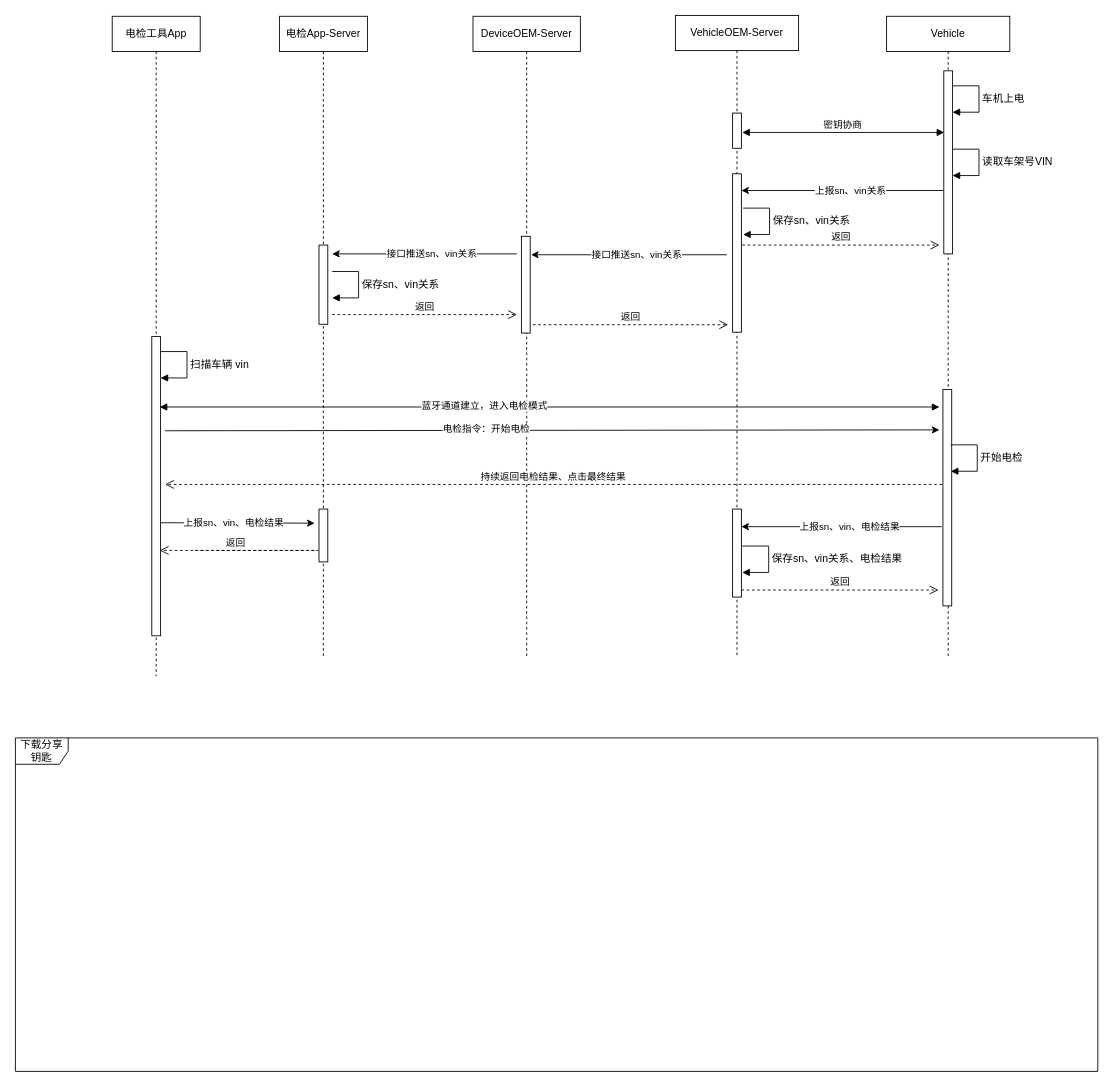
Before: 电检流程.drawio in jianguocong/chart, a draw.io diagram. Source tidied: cells renumbered, new cells numbered last; positions are measured from the earlier drawing's top-left corner, leaving out a move shared by most shapes. Both pictures are drawn from the tidied source at 88%, with x=0, y=0 at pixel (15, 15).
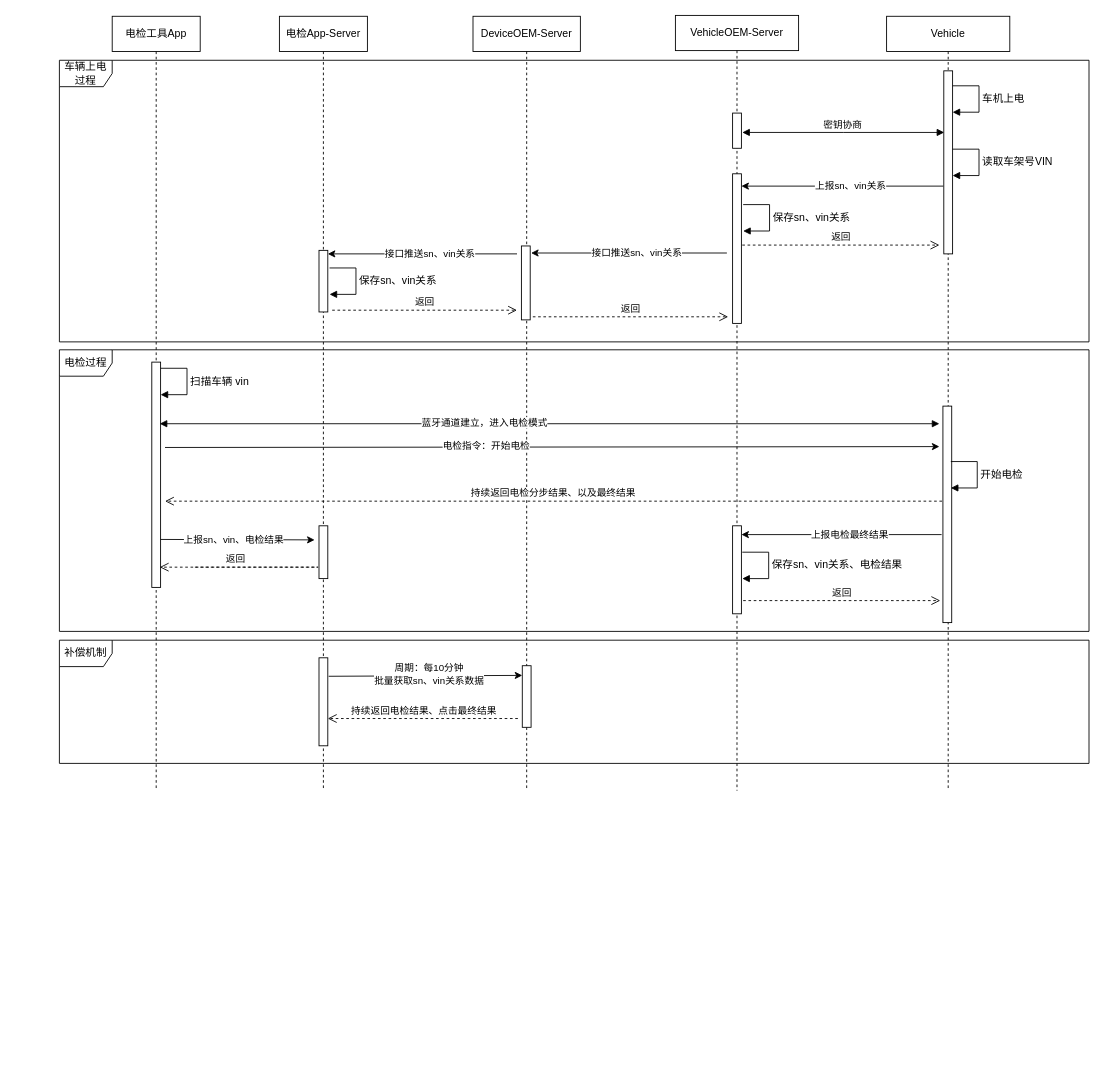
The same diagram, later.

Commit message (it also covers changes not shown here):
更新电检流程.drawio

What changed in the source:
```diff
@@
     <mxCell id="2" value="Vehicle" style="shape=umlLifeline;perimeter=lifelinePerimeter;whiteSpace=wrap;html=1;newEdgeStyle={&quot;edgeStyle&quot;:&quot;elbowEdgeStyle&quot;,&quot;elbow&quot;:&quot;vertical&quot;,&quot;curved&quot;:0,&quot;rounded&quot;:0};" parent="1" vertex="1">
-      <mxGeometry x="990" y="1" width="140" height="730" as="geometry" />
+      <mxGeometry x="990" y="1" width="140" height="880" as="geometry" />
     </mxCell>
     <mxCell id="3" style="html=1;perimeter=orthogonalPerimeter;targetShapes=umlLifeline;newEdgeStyle={&quot;edgeStyle&quot;:&quot;elbowEdgeStyle&quot;,&quot;elbow&quot;:&quot;vertical&quot;,&quot;curved&quot;:0,&quot;rounded&quot;:0};" parent="2" vertex="1">
-      <mxGeometry x="64" y="424" width="10" height="246" as="geometry" />
+      <mxGeometry x="64" y="443" width="10" height="246" as="geometry" />
     </mxCell>
     <mxCell id="4" value="电检工具App" style="shape=umlLifeline;perimeter=lifelinePerimeter;whiteSpace=wrap;html=1;newEdgeStyle={&quot;edgeStyle&quot;:&quot;elbowEdgeStyle&quot;,&quot;elbow&quot;:&quot;vertical&quot;,&quot;curved&quot;:0,&quot;rounded&quot;:0};" parent="1" vertex="1">
-      <mxGeometry x="110" y="1" width="100" height="750" as="geometry" />
+      <mxGeometry x="110" y="1" width="100" height="880" as="geometry" />
     </mxCell>
     <mxCell id="5" style="html=1;perimeter=orthogonalPerimeter;targetShapes=umlLifeline;newEdgeStyle={&quot;edgeStyle&quot;:&quot;elbowEdgeStyle&quot;,&quot;elbow&quot;:&quot;vertical&quot;,&quot;curved&quot;:0,&quot;rounded&quot;:0};" parent="4" vertex="1">
-      <mxGeometry x="45" y="364" width="10" height="340" as="geometry" />
+      <mxGeometry x="45" y="393" width="10" height="256" as="geometry" />
     </mxCell>
     <mxCell id="6" value="电检App-Server" style="shape=umlLifeline;perimeter=lifelinePerimeter;whiteSpace=wrap;html=1;newEdgeStyle={&quot;edgeStyle&quot;:&quot;elbowEdgeStyle&quot;,&quot;elbow&quot;:&quot;vertical&quot;,&quot;curved&quot;:0,&quot;rounded&quot;:0};" parent="1" vertex="1">
-      <mxGeometry x="300" y="1" width="100" height="730" as="geometry" />
+      <mxGeometry x="300" y="1" width="100" height="880" as="geometry" />
     </mxCell>
     <mxCell id="7" style="html=1;points=[];perimeter=orthogonalPerimeter;outlineConnect=0;targetShapes=umlLifeline;portConstraint=eastwest;newEdgeStyle={&quot;edgeStyle&quot;:&quot;elbowEdgeStyle&quot;,&quot;elbow&quot;:&quot;vertical&quot;,&quot;curved&quot;:0,&quot;rounded&quot;:0};" parent="6" vertex="1">
-      <mxGeometry x="45" y="260" width="10" height="90" as="geometry" />
+      <mxGeometry x="45" y="266" width="10" height="70" as="geometry" />
     </mxCell>
     <mxCell id="8" style="html=1;perimeter=orthogonalPerimeter;targetShapes=umlLifeline;newEdgeStyle={&quot;edgeStyle&quot;:&quot;elbowEdgeStyle&quot;,&quot;elbow&quot;:&quot;vertical&quot;,&quot;curved&quot;:0,&quot;rounded&quot;:0};" parent="6" vertex="1">
-      <mxGeometry x="45" y="560" width="10" height="60" as="geometry" />
+      <mxGeometry x="45" y="579" width="10" height="60" as="geometry" />
     </mxCell>
@@
     <mxCell id="10" value="返回" style="html=1;verticalAlign=bottom;endArrow=open;dashed=1;endSize=8;edgeStyle=elbowEdgeStyle;elbow=vertical;curved=0;rounded=0;" parent="1" edge="1">
       <mxGeometry relative="1" as="geometry">
-        <mxPoint x="360" y="340" as="sourcePoint" />
-        <mxPoint x="570" y="340" as="targetPoint" />
+        <mxPoint x="360" y="335" as="sourcePoint" />
+        <mxPoint x="570" y="335" as="targetPoint" />
         <Array as="points">
-          <mxPoint x="450" y="340" />
+          <mxPoint x="450" y="335" />
         </Array>
       </mxGeometry>
     </mxCell>
     <mxCell id="11" value="DeviceOEM-Server" style="shape=umlLifeline;perimeter=lifelinePerimeter;whiteSpace=wrap;html=1;newEdgeStyle={&quot;edgeStyle&quot;:&quot;elbowEdgeStyle&quot;,&quot;elbow&quot;:&quot;vertical&quot;,&quot;curved&quot;:0,&quot;rounded&quot;:0};" parent="1" vertex="1">
-      <mxGeometry x="520" y="1" width="122" height="730" as="geometry" />
+      <mxGeometry x="520" y="1" width="122" height="880" as="geometry" />
     </mxCell>
@@
     <mxCell id="13" style="html=1;perimeter=orthogonalPerimeter;targetShapes=umlLifeline;newEdgeStyle={&quot;edgeStyle&quot;:&quot;elbowEdgeStyle&quot;,&quot;elbow&quot;:&quot;vertical&quot;,&quot;curved&quot;:0,&quot;rounded&quot;:0};" parent="11" vertex="1">
-      <mxGeometry x="55" y="250" width="10" height="110" as="geometry" />
+      <mxGeometry x="55" y="261" width="10" height="84" as="geometry" />
     </mxCell>
     <mxCell id="14" value="VehicleOEM-Server" style="shape=umlLifeline;perimeter=lifelinePerimeter;whiteSpace=wrap;html=1;newEdgeStyle={&quot;edgeStyle&quot;:&quot;elbowEdgeStyle&quot;,&quot;elbow&quot;:&quot;vertical&quot;,&quot;curved&quot;:0,&quot;rounded&quot;:0};" parent="1" vertex="1">
-      <mxGeometry x="750" width="140" height="730" as="geometry" />
+      <mxGeometry x="750" width="140" height="881" as="geometry" />
     </mxCell>
@@
     <mxCell id="16" style="html=1;perimeter=orthogonalPerimeter;targetShapes=umlLifeline;newEdgeStyle={&quot;edgeStyle&quot;:&quot;elbowEdgeStyle&quot;,&quot;elbow&quot;:&quot;vertical&quot;,&quot;curved&quot;:0,&quot;rounded&quot;:0};" parent="14" vertex="1">
-      <mxGeometry x="65" y="180" width="10" height="180" as="geometry" />
+      <mxGeometry x="65" y="180" width="10" height="170" as="geometry" />
     </mxCell>
     <mxCell id="17" value="保存sn、vin关系" style="html=1;align=left;spacingLeft=2;endArrow=block;rounded=0;edgeStyle=orthogonalEdgeStyle;curved=0;rounded=0;fontFamily=Helvetica;fontSize=12;fontColor=default;" parent="1" edge="1">
       <mxGeometry relative="1" as="geometry">
-        <mxPoint x="360" y="291" as="sourcePoint" />
-        <mxPoint x="360" y="321" as="targetPoint" />
+        <mxPoint x="357" y="287" as="sourcePoint" />
+        <mxPoint x="357" y="317" as="targetPoint" />
         <Array as="points">
-          <mxPoint x="390" y="291" />
-          <mxPoint x="390" y="321" />
+          <mxPoint x="387" y="287" />
+          <mxPoint x="387" y="317" />
         </Array>
       </mxGeometry>
     </mxCell>
     <mxCell id="18" style="endArrow=classic;html=1;rounded=0;" parent="1" edge="1">
       <mxGeometry relative="1" as="geometry">
-        <mxPoint x="808.5" y="272" as="sourcePoint" />
-        <mxPoint x="586" y="272" as="targetPoint" />
+        <mxPoint x="808.5" y="270" as="sourcePoint" />
+        <mxPoint x="586" y="270" as="targetPoint" />
       </mxGeometry>
     </mxCell>
@@
     <mxCell id="20" value="扫描车辆 vin" style="html=1;align=left;spacingLeft=2;endArrow=block;rounded=0;edgeStyle=orthogonalEdgeStyle;curved=0;rounded=0;fontFamily=Helvetica;fontSize=12;fontColor=default;" parent="1" edge="1">
       <mxGeometry relative="1" as="geometry">
-        <mxPoint x="165" y="382" as="sourcePoint" />
-        <mxPoint x="165" y="412" as="targetPoint" />
+        <mxPoint x="165" y="401" as="sourcePoint" />
+        <mxPoint x="165" y="431" as="targetPoint" />
         <Array as="points">
-          <mxPoint x="195" y="382" />
-          <mxPoint x="195" y="412" />
+          <mxPoint x="195" y="401" />
+          <mxPoint x="195" y="431" />
         </Array>
       </mxGeometry>
     </mxCell>
     <mxCell id="21" style="endArrow=block;html=1;rounded=0;startArrow=block;startFill=1;endFill=1;" parent="1" edge="1">
       <mxGeometry relative="1" as="geometry">
-        <mxPoint x="164" y="445" as="sourcePoint" />
-        <mxPoint x="1050" y="445" as="targetPoint" />
+        <mxPoint x="164" y="464" as="sourcePoint" />
+        <mxPoint x="1050" y="464" as="targetPoint" />
       </mxGeometry>
     </mxCell>
@@
-    <mxCell id="23" value="下载分享钥匙" style="shape=umlFrame;whiteSpace=wrap;html=1;sketch=0;strokeColor=default;align=center;verticalAlign=middle;fontFamily=Helvetica;fontSize=12;fontColor=default;fillColor=default;" parent="1" vertex="1">
-      <mxGeometry y="821" width="1230" height="379" as="geometry" />
+    <mxCell id="23" value="补偿机制" style="shape=umlFrame;whiteSpace=wrap;html=1;sketch=0;strokeColor=default;align=center;verticalAlign=middle;fontFamily=Helvetica;fontSize=12;fontColor=default;fillColor=default;" parent="1" vertex="1">
+      <mxGeometry x="50" y="710" width="1170" height="140" as="geometry" />
     </mxCell>
@@
     <mxCell id="26" style="endArrow=classic;html=1;rounded=0;" parent="1" edge="1">
       <mxGeometry relative="1" as="geometry">
-        <mxPoint x="1054.5" y="199" as="sourcePoint" />
-        <mxPoint x="825" y="199" as="targetPoint" />
+        <mxPoint x="1054.5" y="194" as="sourcePoint" />
+        <mxPoint x="825" y="194" as="targetPoint" />
       </mxGeometry>
     </mxCell>
@@
     <mxCell id="28" value="保存sn、vin关系" style="html=1;align=left;spacingLeft=2;endArrow=block;rounded=0;edgeStyle=orthogonalEdgeStyle;curved=0;rounded=0;fontFamily=Helvetica;fontSize=12;fontColor=default;" parent="1" edge="1">
       <mxGeometry relative="1" as="geometry">
-        <mxPoint x="827" y="219" as="sourcePoint" />
-        <mxPoint x="827" y="249" as="targetPoint" />
+        <mxPoint x="827" y="215" as="sourcePoint" />
+        <mxPoint x="827" y="245" as="targetPoint" />
         <Array as="points">
-          <mxPoint x="857" y="219" />
-          <mxPoint x="857" y="249" />
+          <mxPoint x="857" y="215" />
+          <mxPoint x="857" y="245" />
         </Array>
       </mxGeometry>
     </mxCell>
-    <mxCell id="29" style="endArrow=classic;html=1;rounded=0;" parent="1" edge="1">
+    <mxCell id="29" style="endArrow=classic;html=1;rounded=0;" parent="1" edge="1" target="7">
       <mxGeometry relative="1" as="geometry">
         <mxPoint x="570" y="271" as="sourcePoint" />
-        <mxPoint x="360" y="271" as="targetPoint" />
       </mxGeometry>
     </mxCell>
@@
     <mxCell id="31" value="返回" style="html=1;verticalAlign=bottom;endArrow=open;dashed=1;endSize=8;edgeStyle=elbowEdgeStyle;elbow=vertical;curved=0;rounded=0;" parent="1" edge="1">
       <mxGeometry relative="1" as="geometry">
-        <mxPoint x="588" y="351.5" as="sourcePoint" />
-        <mxPoint x="810" y="352" as="targetPoint" />
+        <mxPoint x="588" y="342.5" as="sourcePoint" />
+        <mxPoint x="810" y="343" as="targetPoint" />
         <Array as="points">
-          <mxPoint x="678" y="351.5" />
+          <mxPoint x="678" y="342.5" />
         </Array>
       </mxGeometry>
     </mxCell>
@@
     <mxCell id="33" style="endArrow=classic;html=1;rounded=0;" parent="1" edge="1">
       <mxGeometry relative="1" as="geometry">
-        <mxPoint x="170" y="472" as="sourcePoint" />
-        <mxPoint x="1050" y="471" as="targetPoint" />
+        <mxPoint x="170" y="491" as="sourcePoint" />
+        <mxPoint x="1050" y="490" as="targetPoint" />
       </mxGeometry>
     </mxCell>
@@
     <mxCell id="35" value="开始电检" style="html=1;align=left;spacingLeft=2;endArrow=block;rounded=0;edgeStyle=orthogonalEdgeStyle;curved=0;rounded=0;fontFamily=Helvetica;fontSize=12;fontColor=default;" parent="1" edge="1">
       <mxGeometry relative="1" as="geometry">
-        <mxPoint x="1063" y="488" as="sourcePoint" />
-        <mxPoint x="1063" y="518" as="targetPoint" />
+        <mxPoint x="1063" y="507" as="sourcePoint" />
+        <mxPoint x="1063" y="537" as="targetPoint" />
         <Array as="points">
-          <mxPoint x="1093" y="488" />
-          <mxPoint x="1093" y="518" />
+          <mxPoint x="1093" y="507" />
+          <mxPoint x="1093" y="537" />
         </Array>
       </mxGeometry>
     </mxCell>
-    <mxCell id="36" value="持续返回电检结果、点击最终结果" style="html=1;verticalAlign=bottom;endArrow=open;dashed=1;endSize=8;edgeStyle=elbowEdgeStyle;elbow=vertical;curved=0;rounded=0;" parent="1" edge="1">
+    <mxCell id="36" value="持续返回电检分步结果、以及最终结果" style="html=1;verticalAlign=bottom;endArrow=open;dashed=1;endSize=8;edgeStyle=elbowEdgeStyle;elbow=vertical;curved=0;rounded=0;" parent="1" edge="1">
       <mxGeometry relative="1" as="geometry">
-        <mxPoint x="1053" y="533" as="sourcePoint" />
-        <mxPoint x="170" y="533" as="targetPoint" />
+        <mxPoint x="1053" y="552" as="sourcePoint" />
+        <mxPoint x="170" y="552" as="targetPoint" />
       </mxGeometry>
     </mxCell>
     <mxCell id="37" style="endArrow=classic;html=1;rounded=0;" parent="1" edge="1">
       <mxGeometry relative="1" as="geometry">
-        <mxPoint x="165" y="576.5" as="sourcePoint" />
-        <mxPoint x="340" y="577" as="targetPoint" />
+        <mxPoint x="165" y="595.5" as="sourcePoint" />
+        <mxPoint x="340" y="596" as="targetPoint" />
       </mxGeometry>
     </mxCell>
@@
-    <mxCell id="39" style="endArrow=classic;html=1;rounded=0;" parent="1" edge="1" target="41">
+    <mxCell id="39" style="endArrow=classic;html=1;rounded=0;" parent="1" edge="1">
       <mxGeometry relative="1" as="geometry">
-        <mxPoint x="1052.5" y="581" as="sourcePoint" />
+        <mxPoint x="1052.5" y="590" as="sourcePoint" />
+        <mxPoint x="825" y="590" as="targetPoint" />
       </mxGeometry>
     </mxCell>
-    <mxCell id="40" value="上报sn、vin、电检结果" style="edgeLabel;html=1;align=center;verticalAlign=middle;" parent="39" vertex="1">
+    <mxCell id="40" value="上报电检最终结果" style="edgeLabel;html=1;align=center;verticalAlign=middle;" parent="39" vertex="1">
       <mxGeometry x="-0.17" y="2" relative="1" as="geometry">
         <mxPoint x="-11" y="-3" as="offset" />
       </mxGeometry>
     </mxCell>
     <mxCell id="41" style="html=1;points=[];perimeter=orthogonalPerimeter;outlineConnect=0;targetShapes=umlLifeline;portConstraint=eastwest;newEdgeStyle={&quot;edgeStyle&quot;:&quot;elbowEdgeStyle&quot;,&quot;elbow&quot;:&quot;vertical&quot;,&quot;curved&quot;:0,&quot;rounded&quot;:0};" parent="1" vertex="1">
-      <mxGeometry x="815" y="561" width="10" height="100" as="geometry" />
+      <mxGeometry x="815" y="580" width="10" height="100" as="geometry" />
     </mxCell>
     <mxCell id="42" value="保存sn、vin关系、电检结果" style="html=1;align=left;spacingLeft=2;endArrow=block;rounded=0;edgeStyle=orthogonalEdgeStyle;curved=0;rounded=0;fontFamily=Helvetica;fontSize=12;fontColor=default;" parent="1" edge="1">
       <mxGeometry relative="1" as="geometry">
-        <mxPoint x="826" y="603" as="sourcePoint" />
-        <mxPoint x="826" y="633" as="targetPoint" />
+        <mxPoint x="826" y="610" as="sourcePoint" />
+        <mxPoint x="826" y="640" as="targetPoint" />
         <Array as="points">
-          <mxPoint x="856" y="603" />
-          <mxPoint x="856" y="633" />
+          <mxPoint x="856" y="610" />
+          <mxPoint x="856" y="640" />
         </Array>
       </mxGeometry>
     </mxCell>
     <mxCell id="43" value="返回" style="html=1;verticalAlign=bottom;endArrow=open;dashed=1;endSize=8;edgeStyle=elbowEdgeStyle;elbow=vertical;curved=0;rounded=0;" parent="1" edge="1">
       <mxGeometry relative="1" as="geometry">
-        <mxPoint x="825" y="653" as="sourcePoint" />
-        <mxPoint x="1049" y="653" as="targetPoint" />
+        <mxPoint x="827" y="665" as="sourcePoint" />
+        <mxPoint x="1051" y="665" as="targetPoint" />
         <Array as="points">
-          <mxPoint x="915" y="653" />
+          <mxPoint x="917" y="665" />
         </Array>
       </mxGeometry>
     </mxCell>
     <mxCell id="44" value="返回" style="html=1;verticalAlign=bottom;endArrow=open;dashed=1;endSize=8;edgeStyle=elbowEdgeStyle;elbow=vertical;curved=0;rounded=0;" parent="1" edge="1">
       <mxGeometry x="0.46" relative="1" as="geometry">
-        <mxPoint x="204" y="608" as="sourcePoint" />
-        <mxPoint x="164" y="608" as="targetPoint" />
+        <mxPoint x="204" y="627" as="sourcePoint" />
+        <mxPoint x="164" y="627" as="targetPoint" />
         <Array as="points">
-          <mxPoint x="344" y="608" />
+          <mxPoint x="344" y="627" />
         </Array>
       </mxGeometry>
     </mxCell>
+    <mxCell id="45" style="endArrow=classic;html=1;rounded=0;entryX=0.4;entryY=0.125;entryDx=0;entryDy=0;entryPerimeter=0;" parent="1" edge="1">
+      <mxGeometry relative="1" as="geometry">
+        <mxPoint x="356" y="751" as="sourcePoint" />
+        <mxPoint x="576" y="750" as="targetPoint" />
+      </mxGeometry>
+    </mxCell>
+    <mxCell id="46" value="周期：每10分钟&lt;div&gt;批量获取sn、vin关系数据&lt;/div&gt;" style="edgeLabel;html=1;align=center;verticalAlign=middle;" parent="45" vertex="1">
+      <mxGeometry x="-0.17" y="2" relative="1" as="geometry">
+        <mxPoint x="23" as="offset" />
+      </mxGeometry>
+    </mxCell>
+    <mxCell id="47" style="html=1;perimeter=orthogonalPerimeter;targetShapes=umlLifeline;newEdgeStyle={&quot;edgeStyle&quot;:&quot;elbowEdgeStyle&quot;,&quot;elbow&quot;:&quot;vertical&quot;,&quot;curved&quot;:0,&quot;rounded&quot;:0};" parent="1" vertex="1">
+      <mxGeometry x="345" y="730" width="10" height="100" as="geometry" />
+    </mxCell>
+    <mxCell id="48" style="html=1;perimeter=orthogonalPerimeter;targetShapes=umlLifeline;newEdgeStyle={&quot;edgeStyle&quot;:&quot;elbowEdgeStyle&quot;,&quot;elbow&quot;:&quot;vertical&quot;,&quot;curved&quot;:0,&quot;rounded&quot;:0};" parent="1" vertex="1">
+      <mxGeometry x="576" y="739" width="10" height="70" as="geometry" />
+    </mxCell>
+    <mxCell id="49" value="持续返回电检结果、点击最终结果" style="html=1;verticalAlign=bottom;endArrow=open;dashed=1;endSize=8;edgeStyle=elbowEdgeStyle;elbow=vertical;curved=0;rounded=0;" parent="1" edge="1">
+      <mxGeometry relative="1" as="geometry">
+        <mxPoint x="571" y="799" as="sourcePoint" />
+        <mxPoint x="355" y="799" as="targetPoint" />
+        <mxPoint x="1" as="offset" />
+      </mxGeometry>
+    </mxCell>
+    <mxCell id="50" value="电检过程" style="shape=umlFrame;whiteSpace=wrap;html=1;sketch=0;strokeColor=default;align=center;verticalAlign=middle;fontFamily=Helvetica;fontSize=12;fontColor=default;fillColor=default;" parent="1" vertex="1">
+      <mxGeometry x="50" y="380" width="1170" height="320" as="geometry" />
+    </mxCell>
+    <mxCell id="51" value="车辆上电过程" style="shape=umlFrame;whiteSpace=wrap;html=1;sketch=0;strokeColor=default;align=center;verticalAlign=middle;fontFamily=Helvetica;fontSize=12;fontColor=default;fillColor=default;" parent="1" vertex="1">
+      <mxGeometry x="50" y="51" width="1170" height="320" as="geometry" />
+    </mxCell>
```
